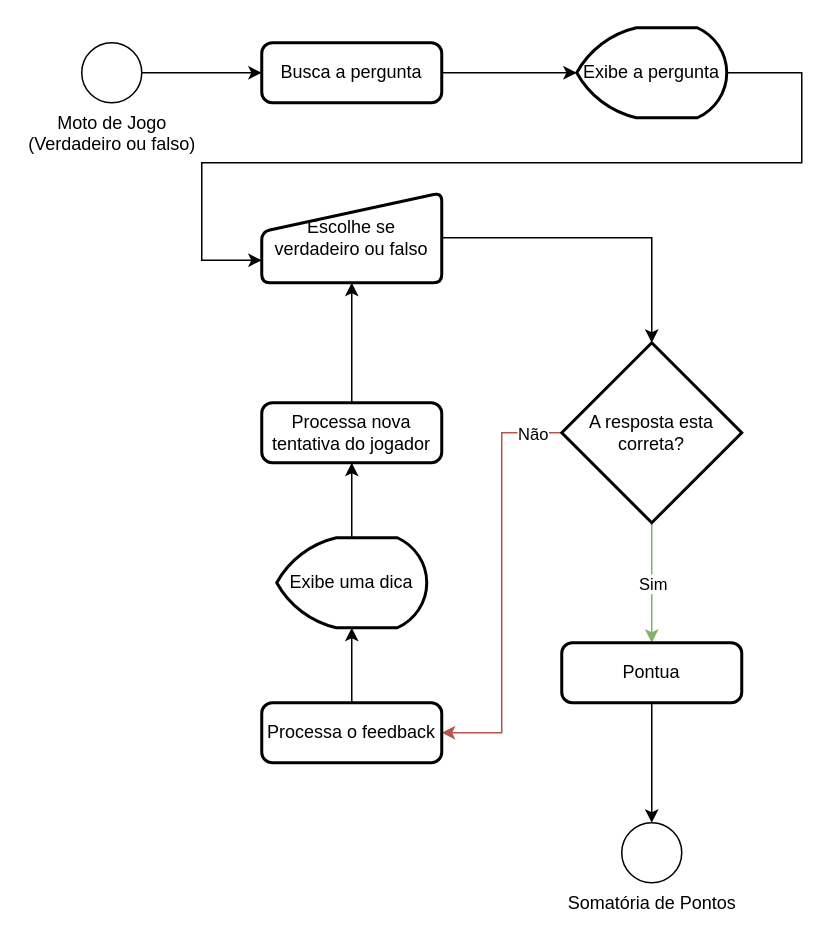
Earlier version of the draw.io diagram page "engine-verdadeiro-ou-falso" (4 of 7) of docs/fluxograma.drawio (DHDC-21/this-is-a-serious-game). Source tidied: cells renumbered, new cells numbered last; positions are measured from the earlier drawing's top-left corner, leaving out a move shared by most shapes. Both pictures are drawn from the tidied source at 150%, with x=0, y=0 at pixel (81, 27).
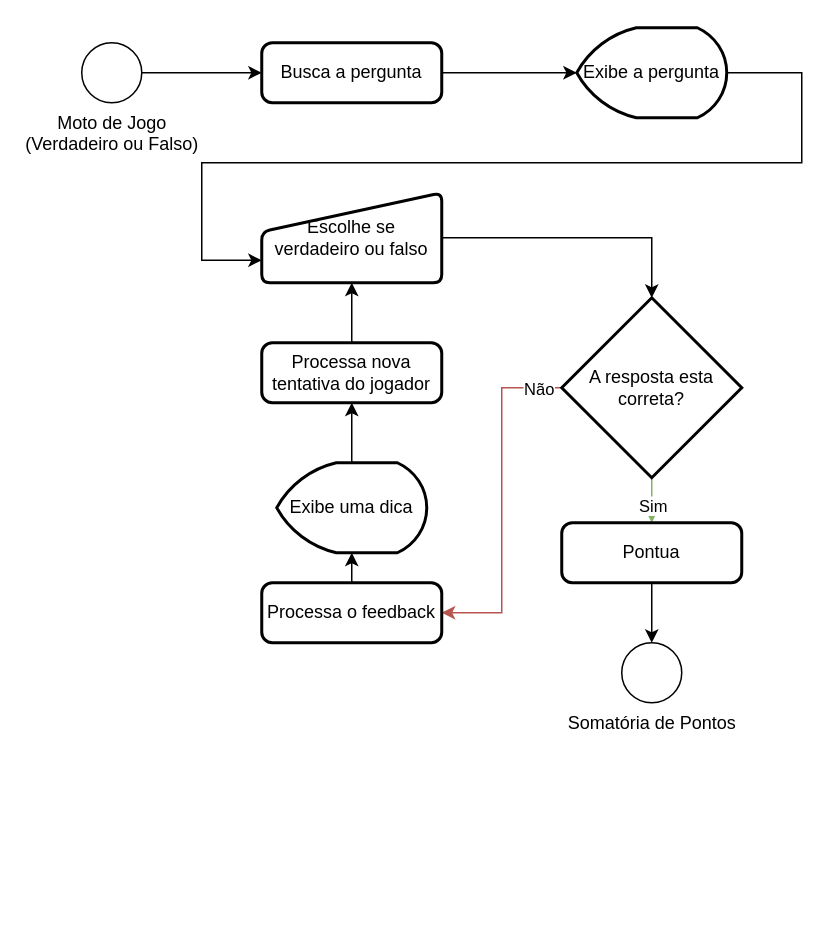
Above is the later version.

Diff of the diagram source:
```diff
@@
-    <mxCell id="3" value="Moto de Jogo&lt;div&gt;(Verdadeiro ou falso)&lt;/div&gt;" style="verticalLabelPosition=bottom;verticalAlign=top;html=1;shape=mxgraph.flowchart.on-page_reference;" parent="1" vertex="1">
+    <mxCell id="3" value="Moto de Jogo&lt;div&gt;(Verdadeiro ou Falso)&lt;/div&gt;" style="verticalLabelPosition=bottom;verticalAlign=top;html=1;shape=mxgraph.flowchart.on-page_reference;" parent="1" vertex="1">
       <mxGeometry y="10" width="40" height="40" as="geometry" />
     </mxCell>
@@
     <mxCell id="13" value="A resposta esta correta?" style="strokeWidth=2;html=1;shape=mxgraph.flowchart.decision;whiteSpace=wrap;" parent="1" vertex="1">
-      <mxGeometry x="320" y="210" width="120" height="120" as="geometry" />
+      <mxGeometry x="320" y="180" width="120" height="120" as="geometry" />
     </mxCell>
@@
     <mxCell id="15" value="Pontua" style="rounded=1;whiteSpace=wrap;html=1;absoluteArcSize=1;arcSize=14;strokeWidth=2;" parent="1" vertex="1">
-      <mxGeometry x="320" y="410" width="120" height="40" as="geometry" />
+      <mxGeometry x="320" y="330" width="120" height="40" as="geometry" />
     </mxCell>
     <mxCell id="16" value="Somatória de Pontos" style="verticalLabelPosition=bottom;verticalAlign=top;html=1;shape=mxgraph.flowchart.on-page_reference;" parent="1" vertex="1">
-      <mxGeometry x="360" y="530" width="40" height="40" as="geometry" />
+      <mxGeometry x="360" y="410" width="40" height="40" as="geometry" />
     </mxCell>
@@
     <mxCell id="18" value="Processa o feedback" style="rounded=1;whiteSpace=wrap;html=1;absoluteArcSize=1;arcSize=14;strokeWidth=2;" parent="1" vertex="1">
-      <mxGeometry x="120" y="450" width="120" height="40" as="geometry" />
+      <mxGeometry x="120" y="370" width="120" height="40" as="geometry" />
     </mxCell>
@@
     <mxCell id="20" value="Exibe uma dica" style="strokeWidth=2;html=1;shape=mxgraph.flowchart.display;whiteSpace=wrap;" parent="1" vertex="1">
-      <mxGeometry x="130" y="340" width="100" height="60" as="geometry" />
+      <mxGeometry x="130" y="290" width="100" height="60" as="geometry" />
     </mxCell>
@@
     <mxCell id="22" value="Processa nova tentativa do jogador" style="rounded=1;whiteSpace=wrap;html=1;absoluteArcSize=1;arcSize=14;strokeWidth=2;" parent="1" vertex="1">
-      <mxGeometry x="120" y="250" width="120" height="40" as="geometry" />
+      <mxGeometry x="120" y="210" width="120" height="40" as="geometry" />
     </mxCell>
```
